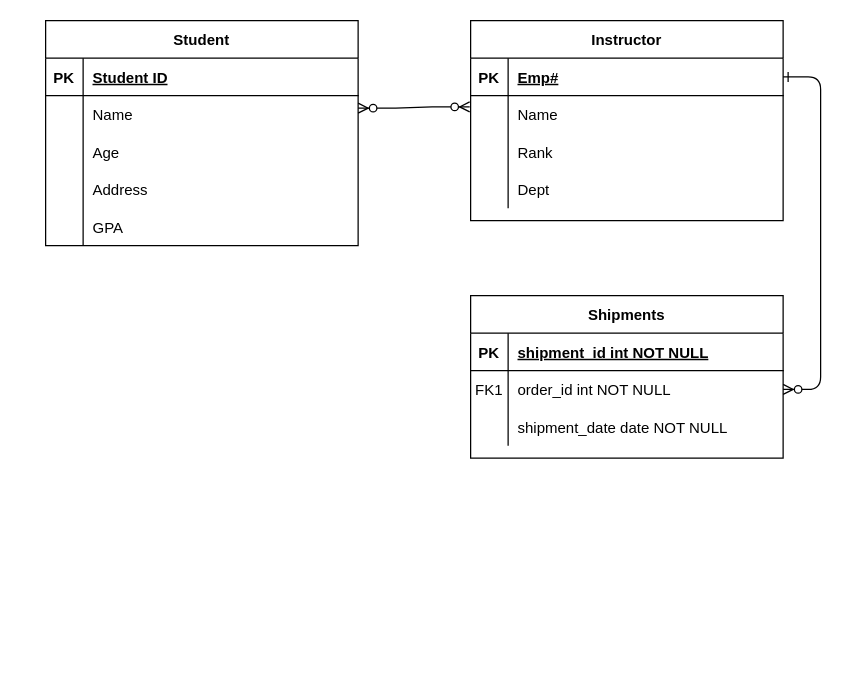
Above: Untitled Diagram.drawio in nwmansoor/DBMS (draw.io), before the change. Source tidied: cells renumbered, new cells numbered last; positions are measured from the earlier drawing's top-left corner, leaving out a move shared by most shapes. Both pictures are drawn from the tidied source at 125%, with x=0, y=0 at pixel (45, 20).
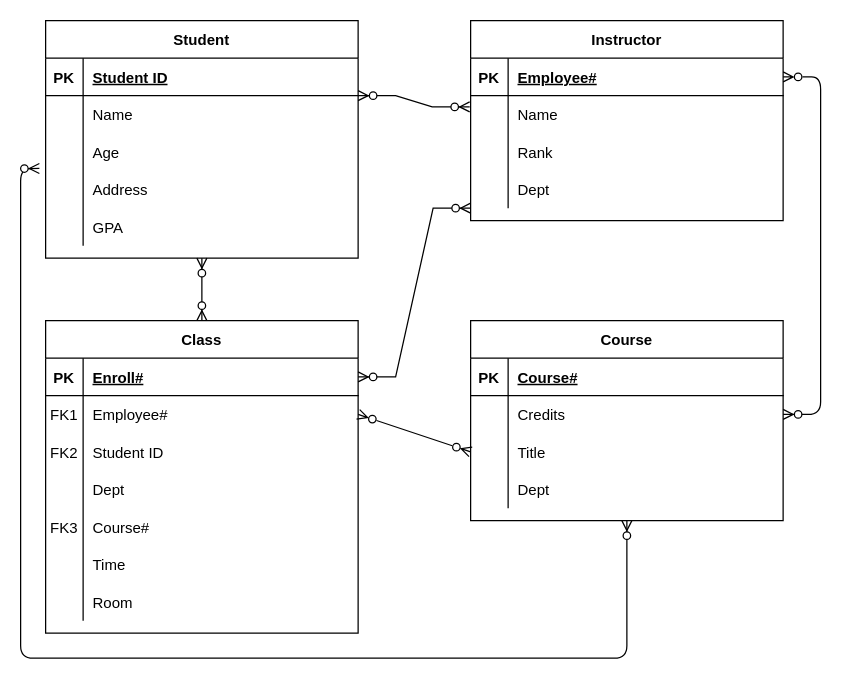
Above is the later version.

The change refers to these unchanged cells:
```xml
<mxCell id="4" style="shape=partialRectangle;fillColor=none;points=[[0,0.5],[1,0.5]];portConstraint=eastwest;top=0;left=0;right=0;bottom=1;" parent="3" vertex="1">
  <mxGeometry y="30" width="250" height="30" as="geometry" />
</mxCell>
<mxCell id="7" style="shape=partialRectangle;fillColor=none;points=[[0,0.5],[1,0.5]];portConstraint=eastwest;top=0;left=0;right=0;bottom=0;" parent="3" vertex="1">
  <mxGeometry y="60" width="250" height="30" as="geometry" />
</mxCell>
<mxCell id="17" style="shape=partialRectangle;fillColor=none;top=0;left=0;right=0;bottom=1;" parent="16" vertex="1">
  <mxGeometry y="30" width="250" height="30" as="geometry" />
</mxCell>
<mxCell id="20" style="shape=partialRectangle;fillColor=none;points=[[0,0.5],[1,0.5]];portConstraint=eastwest;top=0;left=0;right=0;bottom=0;" parent="16" vertex="1">
  <mxGeometry y="60" width="250" height="30" as="geometry" />
</mxCell>
<mxCell id="23" style="shape=partialRectangle;fillColor=none;points=[[0,0.5],[1,0.5]];portConstraint=eastwest;top=0;left=0;right=0;bottom=0;" parent="16" vertex="1">
  <mxGeometry y="90" width="250" height="30" as="geometry" />
</mxCell>
<mxCell id="36" style="shape=partialRectangle;fillColor=none;points=[[0,0.5],[1,0.5]];portConstraint=eastwest;top=0;left=0;right=0;bottom=0;" parent="26" vertex="1">
  <mxGeometry y="120" width="250" height="30" as="geometry" />
</mxCell>
```

Change to the diagram source:
```diff
@@
-    <mxCell id="2" style="edgeStyle=entityRelationEdgeStyle;endArrow=ERzeroToMany;startArrow=ERone;endFill=1;startFill=0;" parent="1" edge="1" source="4" target="20">
+    <mxCell id="2" style="edgeStyle=entityRelationEdgeStyle;endArrow=ERzeroToMany;startArrow=ERzeroToMany;endFill=1;startFill=0;" parent="1" edge="1" source="4" target="20">
       <mxGeometry relative="1" as="geometry" />
     </mxCell>
@@
-    <mxCell id="6" value="Emp#" style="shape=partialRectangle;overflow=hidden;fillColor=none;top=0;left=0;bottom=0;right=0;align=left;spacingLeft=6;fontStyle=5;" parent="4" vertex="1">
+    <mxCell id="6" value="Employee#" style="shape=partialRectangle;overflow=hidden;fillColor=none;top=0;left=0;bottom=0;right=0;align=left;spacingLeft=6;fontStyle=5;" parent="4" vertex="1">
       <mxGeometry x="30" width="220" height="30" as="geometry" />
     </mxCell>
@@
-    <mxCell id="16" value="Shipments" style="shape=table;startSize=30;childLayout=tableLayout;rowLines=0;fontStyle=1;align=center;" parent="1" vertex="1">
-      <mxGeometry x="340" y="220" width="250" height="130" as="geometry" />
+    <mxCell id="16" value="Course" style="shape=table;startSize=30;childLayout=tableLayout;rowLines=0;fontStyle=1;align=center;" parent="1" vertex="1">
+      <mxGeometry x="340" y="240" width="250" height="160" as="geometry" />
     </mxCell>
@@
-    <mxCell id="19" value="shipment_id int NOT NULL " style="shape=partialRectangle;overflow=hidden;fillColor=none;top=0;left=0;bottom=0;right=0;align=left;spacingLeft=6;fontStyle=5;" parent="17" vertex="1">
+    <mxCell id="19" value="Course#" style="shape=partialRectangle;overflow=hidden;fillColor=none;top=0;left=0;bottom=0;right=0;align=left;spacingLeft=6;fontStyle=5;" parent="17" vertex="1">
       <mxGeometry x="30" width="220" height="30" as="geometry" />
     </mxCell>
@@
-    <mxCell id="21" value="FK1" style="shape=partialRectangle;overflow=hidden;fillColor=none;top=0;left=0;bottom=0;right=0;" parent="20" vertex="1">
+    <mxCell id="21" style="shape=partialRectangle;overflow=hidden;fillColor=none;top=0;left=0;bottom=0;right=0;" parent="20" vertex="1">
       <mxGeometry width="30" height="30" as="geometry" />
     </mxCell>
-    <mxCell id="22" value="order_id int NOT NULL" style="shape=partialRectangle;overflow=hidden;fillColor=none;top=0;left=0;bottom=0;right=0;align=left;spacingLeft=6;" parent="20" vertex="1">
+    <mxCell id="22" value="Credits" style="shape=partialRectangle;overflow=hidden;fillColor=none;top=0;left=0;bottom=0;right=0;align=left;spacingLeft=6;" parent="20" vertex="1">
       <mxGeometry x="30" width="220" height="30" as="geometry" />
     </mxCell>
@@
-    <mxCell id="25" value="shipment_date date NOT NULL" style="shape=partialRectangle;overflow=hidden;fillColor=none;top=0;left=0;bottom=0;right=0;align=left;spacingLeft=6;" parent="23" vertex="1">
+    <mxCell id="25" value="Title" style="shape=partialRectangle;overflow=hidden;fillColor=none;top=0;left=0;bottom=0;right=0;align=left;spacingLeft=6;" parent="23" vertex="1">
       <mxGeometry x="30" width="220" height="30" as="geometry" />
     </mxCell>
+    <mxCell id="43" style="shape=partialRectangle;fillColor=none;top=0;left=0;right=0;bottom=0;" parent="16" vertex="1">
+      <mxGeometry y="120" width="250" height="30" as="geometry" />
+    </mxCell>
+    <mxCell id="44" style="shape=partialRectangle;overflow=hidden;fillColor=none;top=0;left=0;bottom=0;right=0;" parent="43" vertex="1">
+      <mxGeometry width="30" height="30" as="geometry" />
+    </mxCell>
+    <mxCell id="45" value="Dept" style="shape=partialRectangle;overflow=hidden;fillColor=none;top=0;left=0;bottom=0;right=0;align=left;spacingLeft=6;" parent="43" vertex="1">
+      <mxGeometry x="30" width="220" height="30" as="geometry" />
+    </mxCell>
     <mxCell id="26" value="Student" style="shape=table;startSize=30;childLayout=tableLayout;rowLines=0;fontStyle=1;align=center;" parent="1" vertex="1">
-      <mxGeometry width="250" height="180" as="geometry" />
+      <mxGeometry width="250" height="190" as="geometry" />
     </mxCell>
@@
     <mxCell id="42" style="edgeStyle=entityRelationEdgeStyle;fontSize=12;html=1;endArrow=ERzeroToMany;endFill=1;startArrow=ERzeroToMany;rounded=0;entryX=-0.003;entryY=0.3;entryDx=0;entryDy=0;entryPerimeter=0;" parent="1" edge="1" target="7">
       <mxGeometry relative="1" as="geometry">
-        <mxPoint x="250" y="70" as="sourcePoint" />
+        <mxPoint x="250" y="60" as="sourcePoint" />
         <Array as="points">
-          <mxPoint x="370" y="30" />
+          <mxPoint x="250" y="60" />
+          <mxPoint x="240" y="50" />
         </Array>
       </mxGeometry>
     </mxCell>
+    <mxCell id="46" value="Class" style="shape=table;startSize=30;childLayout=tableLayout;rowLines=0;fontStyle=1;align=center;" parent="1" vertex="1">
+      <mxGeometry y="240" width="250" height="250" as="geometry" />
+    </mxCell>
+    <mxCell id="47" style="shape=partialRectangle;fillColor=none;points=[[0,0.5],[1,0.5]];portConstraint=eastwest;top=0;left=0;right=0;bottom=1;" parent="46" vertex="1">
+      <mxGeometry y="30" width="250" height="30" as="geometry" />
+    </mxCell>
+    <mxCell id="48" value="PK" style="shape=partialRectangle;overflow=hidden;fillColor=none;top=0;left=0;bottom=0;right=0;fontStyle=1;" parent="47" vertex="1">
+      <mxGeometry width="30" height="30" as="geometry" />
+    </mxCell>
+    <mxCell id="49" value="Enroll#" style="shape=partialRectangle;overflow=hidden;fillColor=none;top=0;left=0;bottom=0;right=0;align=left;spacingLeft=6;fontStyle=5;" parent="47" vertex="1">
+      <mxGeometry x="30" width="220" height="30" as="geometry" />
+    </mxCell>
+    <mxCell id="50" style="shape=partialRectangle;fillColor=none;points=[[0,0.5],[1,0.5]];portConstraint=eastwest;top=0;left=0;right=0;bottom=0;" parent="46" vertex="1">
+      <mxGeometry y="60" width="250" height="30" as="geometry" />
+    </mxCell>
+    <mxCell id="51" value="FK1" style="shape=partialRectangle;overflow=hidden;fillColor=none;top=0;left=0;bottom=0;right=0;" parent="50" vertex="1">
+      <mxGeometry width="30" height="30" as="geometry" />
+    </mxCell>
+    <mxCell id="52" value="Employee#" style="shape=partialRectangle;overflow=hidden;fillColor=none;top=0;left=0;bottom=0;right=0;align=left;spacingLeft=6;" parent="50" vertex="1">
+      <mxGeometry x="30" width="220" height="30" as="geometry" />
+    </mxCell>
+    <mxCell id="53" style="shape=partialRectangle;fillColor=none;top=0;left=0;right=0;bottom=0;" parent="46" vertex="1">
+      <mxGeometry y="90" width="250" height="30" as="geometry" />
+    </mxCell>
+    <mxCell id="54" value="FK2" style="shape=partialRectangle;overflow=hidden;fillColor=none;top=0;left=0;bottom=0;right=0;" parent="53" vertex="1">
+      <mxGeometry width="30" height="30" as="geometry" />
+    </mxCell>
+    <mxCell id="55" value="Student ID" style="shape=partialRectangle;overflow=hidden;fillColor=none;top=0;left=0;bottom=0;right=0;align=left;spacingLeft=6;" parent="53" vertex="1">
+      <mxGeometry x="30" width="220" height="30" as="geometry" />
+    </mxCell>
+    <mxCell id="56" style="shape=partialRectangle;fillColor=none;top=0;left=0;right=0;bottom=0;" parent="46" vertex="1">
+      <mxGeometry y="120" width="250" height="30" as="geometry" />
+    </mxCell>
+    <mxCell id="57" style="shape=partialRectangle;overflow=hidden;fillColor=none;top=0;left=0;bottom=0;right=0;" parent="56" vertex="1">
+      <mxGeometry width="30" height="30" as="geometry" />
+    </mxCell>
+    <mxCell id="58" value="Dept" style="shape=partialRectangle;overflow=hidden;fillColor=none;top=0;left=0;bottom=0;right=0;align=left;spacingLeft=6;" parent="56" vertex="1">
+      <mxGeometry x="30" width="220" height="30" as="geometry" />
+    </mxCell>
+    <mxCell id="59" style="shape=partialRectangle;fillColor=none;top=0;left=0;right=0;bottom=0;" parent="46" vertex="1">
+      <mxGeometry y="150" width="250" height="30" as="geometry" />
+    </mxCell>
+    <mxCell id="60" value="FK3" style="shape=partialRectangle;overflow=hidden;fillColor=none;top=0;left=0;bottom=0;right=0;" parent="59" vertex="1">
+      <mxGeometry width="30" height="30" as="geometry" />
+    </mxCell>
+    <mxCell id="61" value="Course#" style="shape=partialRectangle;overflow=hidden;fillColor=none;top=0;left=0;bottom=0;right=0;align=left;spacingLeft=6;" parent="59" vertex="1">
+      <mxGeometry x="30" width="220" height="30" as="geometry" />
+    </mxCell>
+    <mxCell id="62" style="shape=partialRectangle;fillColor=none;top=0;left=0;right=0;bottom=0;" parent="46" vertex="1">
+      <mxGeometry y="180" width="250" height="30" as="geometry" />
+    </mxCell>
+    <mxCell id="63" style="shape=partialRectangle;overflow=hidden;fillColor=none;top=0;left=0;bottom=0;right=0;" parent="62" vertex="1">
+      <mxGeometry width="30" height="30" as="geometry" />
+    </mxCell>
+    <mxCell id="64" value="Time" style="shape=partialRectangle;overflow=hidden;fillColor=none;top=0;left=0;bottom=0;right=0;align=left;spacingLeft=6;" parent="62" vertex="1">
+      <mxGeometry x="30" width="220" height="30" as="geometry" />
+    </mxCell>
+    <mxCell id="65" style="shape=partialRectangle;fillColor=none;top=0;left=0;right=0;bottom=0;" parent="46" vertex="1">
+      <mxGeometry y="210" width="250" height="30" as="geometry" />
+    </mxCell>
+    <mxCell id="66" style="shape=partialRectangle;overflow=hidden;fillColor=none;top=0;left=0;bottom=0;right=0;" parent="65" vertex="1">
+      <mxGeometry width="30" height="30" as="geometry" />
+    </mxCell>
+    <mxCell id="67" value="Room" style="shape=partialRectangle;overflow=hidden;fillColor=none;top=0;left=0;bottom=0;right=0;align=left;spacingLeft=6;" parent="65" vertex="1">
+      <mxGeometry x="30" width="220" height="30" as="geometry" />
+    </mxCell>
+    <mxCell id="68" style="fontSize=12;html=1;endArrow=ERzeroToMany;endFill=1;startArrow=ERzeroToMany;rounded=0;exitX=0.5;exitY=1;exitDx=0;exitDy=0;entryX=0.5;entryY=0;entryDx=0;entryDy=0;" parent="1" edge="1" source="26" target="46">
+      <mxGeometry relative="1" as="geometry" />
+    </mxCell>
+    <mxCell id="69" style="edgeStyle=entityRelationEdgeStyle;fontSize=12;html=1;endArrow=ERzeroToMany;endFill=1;startArrow=ERzeroToMany;rounded=0;entryX=0;entryY=1;entryDx=0;entryDy=0;exitX=1;exitY=0.5;exitDx=0;exitDy=0;" parent="1" edge="1" source="47">
+      <mxGeometry relative="1" as="geometry">
+        <mxPoint x="340" y="150" as="targetPoint" />
+      </mxGeometry>
+    </mxCell>
+    <mxCell id="70" style="fontSize=12;html=1;endArrow=ERzeroToMany;startArrow=ERzeroToMany;rounded=0;entryX=1;entryY=0.5;entryDx=0;entryDy=0;exitX=0;exitY=0.5;exitDx=0;exitDy=0;endFill=0;startFill=0;" parent="1" edge="1" source="23" target="50">
+      <mxGeometry relative="1" as="geometry" />
+    </mxCell>
+    <mxCell id="71" style="edgeStyle=orthogonalEdgeStyle;fontSize=12;html=1;endArrow=ERzeroToMany;endFill=1;startArrow=ERzeroToMany;rounded=1;entryX=0.5;entryY=1;entryDx=0;entryDy=0;exitX=-0.02;exitY=-0.057;exitDx=0;exitDy=0;exitPerimeter=0;curved=0;" parent="1" edge="1" source="36" target="16">
+      <mxGeometry relative="1" as="geometry">
+        <Array as="points">
+          <mxPoint x="-20" y="118" />
+          <mxPoint x="-20" y="510" />
+          <mxPoint x="465" y="510" />
+        </Array>
+      </mxGeometry>
+    </mxCell>
```
